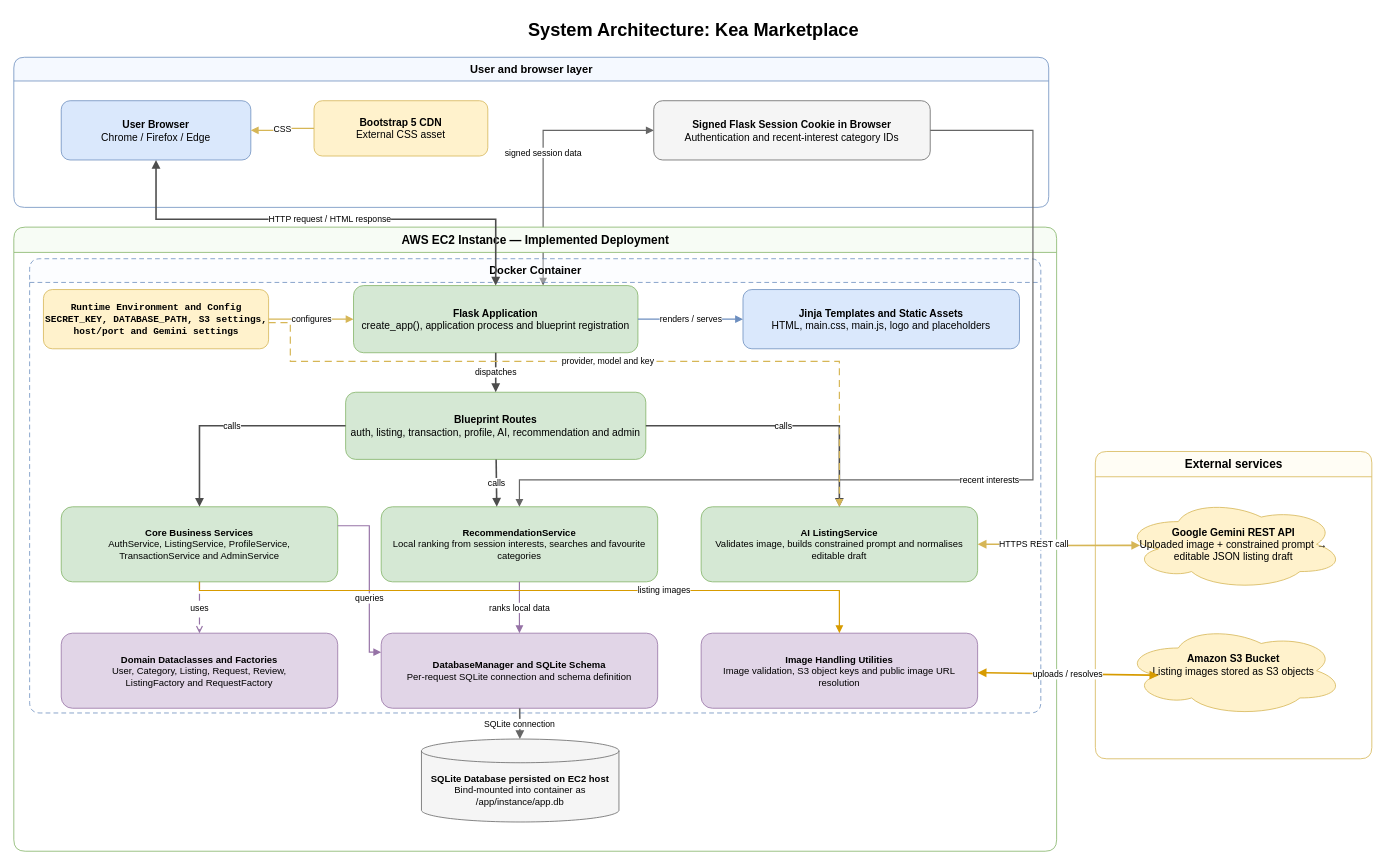
Earlier version of the draw.io diagram diagram/system_architecture.drawio (aimeefan99/MSE800-KEA-OnlineShopping). Source tidied: cells renumbered, new cells numbered last; positions are measured from the earlier drawing's top-left corner, leaving out a move shared by most shapes. Both pictures are drawn from the tidied source at 79%, with x=0, y=0 at pixel (13, 13).
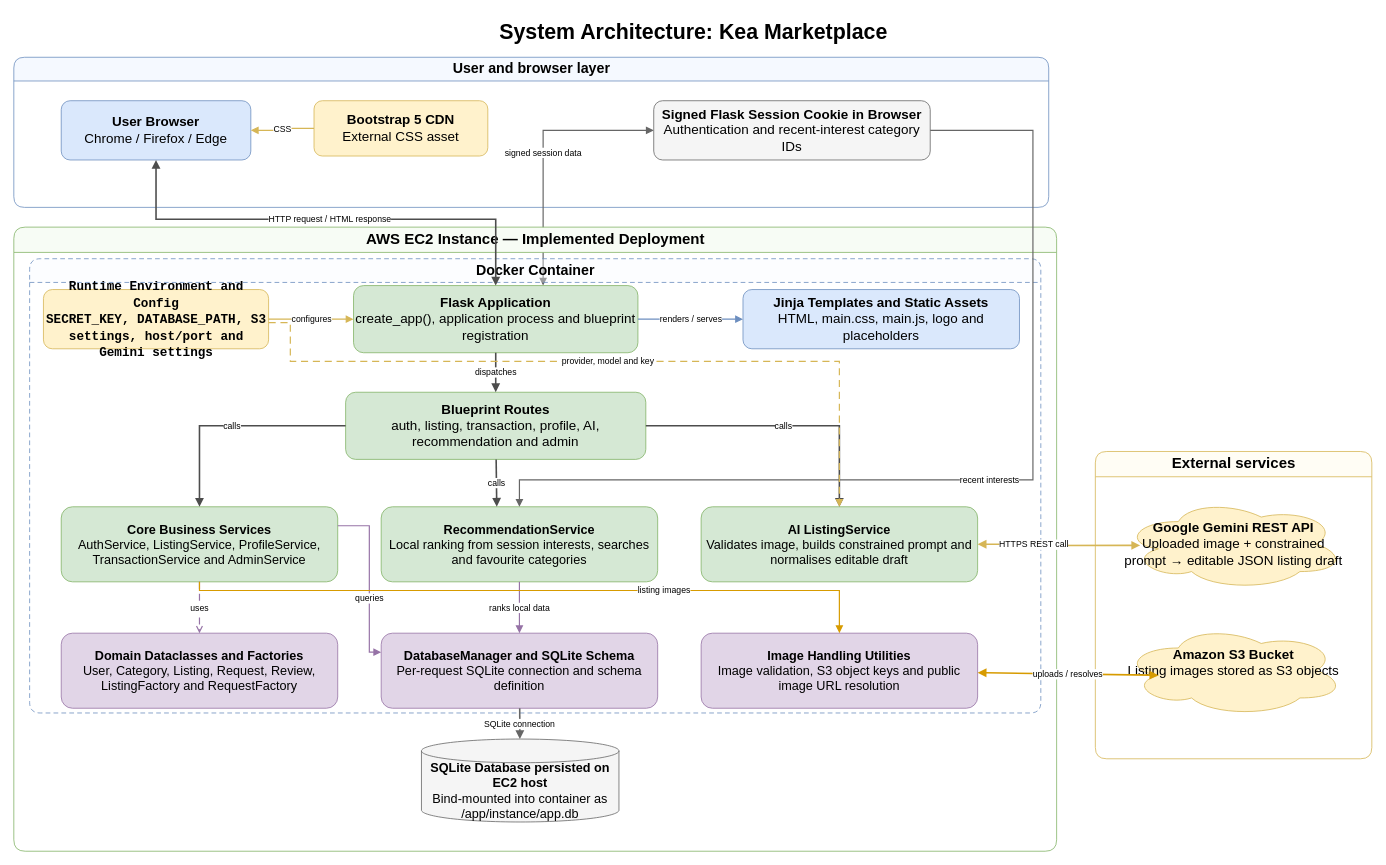
The same page after the edit.

Diff of the diagram source:
```diff
@@
-    <mxCell id="2" value="System Architecture: Kea Marketplace" style="text;html=1;strokeColor=none;fillColor=none;fontSize=23;fontStyle=1;align=center;" parent="1" vertex="1">
+    <mxCell id="2" value="System Architecture: Kea Marketplace" style="text;html=1;strokeColor=none;fillColor=none;fontSize=27;fontStyle=1;align=center;" parent="1" vertex="1">
       <mxGeometry x="435" width="850" height="40" as="geometry" />
     </mxCell>
-    <mxCell id="3" value="User and browser layer" style="swimlane;html=1;horizontal=1;startSize=30;rounded=1;strokeColor=#6C8EBF;fillColor=#F5F9FF;fontStyle=1;fontSize=14;" parent="1" vertex="1">
+    <mxCell id="3" value="User and browser layer" style="swimlane;html=1;horizontal=1;startSize=30;rounded=1;strokeColor=#6C8EBF;fillColor=#F5F9FF;fontStyle=1;fontSize=18;" parent="1" vertex="1">
       <mxGeometry y="55" width="1310" height="190" as="geometry" />
     </mxCell>
@@
-    <mxCell id="5" value="User Browser&lt;br/&gt;&lt;span style=&quot;font-weight:normal&quot;&gt;Chrome / Firefox / Edge&lt;/span&gt;" style="rounded=1;whiteSpace=wrap;html=1;fillColor=#DAE8FC;strokeColor=#6C8EBF;fontSize=13;fontStyle=1;" parent="1" vertex="1">
+    <mxCell id="5" value="User Browser&lt;br/&gt;&lt;span style=&quot;font-weight:normal&quot;&gt;Chrome / Firefox / Edge&lt;/span&gt;" style="rounded=1;whiteSpace=wrap;html=1;fillColor=#DAE8FC;strokeColor=#6C8EBF;fontSize=17;fontStyle=1;" parent="1" vertex="1">
       <mxGeometry x="60" y="110" width="240" height="75" as="geometry" />
     </mxCell>
-    <mxCell id="6" value="Bootstrap 5 CDN&lt;br/&gt;&lt;span style=&quot;font-weight:normal&quot;&gt;External CSS asset&lt;/span&gt;" style="rounded=1;whiteSpace=wrap;html=1;fillColor=#FFF2CC;strokeColor=#D6B656;fontSize=13;fontStyle=1;" parent="1" vertex="1">
+    <mxCell id="6" value="Bootstrap 5 CDN&lt;br/&gt;&lt;span style=&quot;font-weight:normal&quot;&gt;External CSS asset&lt;/span&gt;" style="rounded=1;whiteSpace=wrap;html=1;fillColor=#FFF2CC;strokeColor=#D6B656;fontSize=17;fontStyle=1;" parent="1" vertex="1">
       <mxGeometry x="380" y="110" width="220" height="70" as="geometry" />
     </mxCell>
-    <mxCell id="7" value="Signed Flask Session Cookie in Browser&lt;br/&gt;&lt;span style=&quot;font-weight:normal&quot;&gt;Authentication and recent-interest category IDs&lt;/span&gt;" style="rounded=1;whiteSpace=wrap;html=1;fillColor=#F5F5F5;strokeColor=#666666;fontSize=13;fontStyle=1;" parent="1" vertex="1">
+    <mxCell id="7" value="Signed Flask Session Cookie in Browser&lt;br/&gt;&lt;span style=&quot;font-weight:normal&quot;&gt;Authentication and recent-interest category IDs&lt;/span&gt;" style="rounded=1;whiteSpace=wrap;html=1;fillColor=#F5F5F5;strokeColor=#666666;fontSize=17;fontStyle=1;" parent="1" vertex="1">
       <mxGeometry x="810" y="110" width="350" height="75" as="geometry" />
     </mxCell>
-    <mxCell id="8" value="AWS EC2 Instance — Implemented Deployment" style="swimlane;html=1;horizontal=1;startSize=32;rounded=1;strokeColor=#82B366;fillColor=#F7FCF5;fontStyle=1;fontSize=15;" parent="1" vertex="1">
+    <mxCell id="8" value="AWS EC2 Instance — Implemented Deployment" style="swimlane;html=1;horizontal=1;startSize=32;rounded=1;strokeColor=#82B366;fillColor=#F7FCF5;fontStyle=1;fontSize=19;" parent="1" vertex="1">
       <mxGeometry y="270" width="1320" height="790" as="geometry" />
     </mxCell>
-    <mxCell id="9" value="Docker Container" style="swimlane;html=1;horizontal=1;startSize=30;rounded=1;strokeColor=#6C8EBF;fillColor=#F5F9FF;fillOpacity=35;fontStyle=1;fontSize=14;dashed=1;dashPattern=6 4;" parent="1" vertex="1">
+    <mxCell id="9" value="Docker Container" style="swimlane;html=1;horizontal=1;startSize=30;rounded=1;strokeColor=#6C8EBF;fillColor=#F5F9FF;fillOpacity=35;fontStyle=1;fontSize=18;dashed=1;dashPattern=6 4;" parent="1" vertex="1">
       <mxGeometry x="20" y="310" width="1280" height="575" as="geometry" />
     </mxCell>
-    <mxCell id="10" value="&lt;code&gt;Runtime Environment and Config&lt;/code&gt;&lt;br&gt;&lt;code&gt;SECRET_KEY, DATABASE_PATH, S3 settings, host/port and Gemini settings&lt;/code&gt;" style="rounded=1;whiteSpace=wrap;html=1;fillColor=#FFF2CC;strokeColor=#D6B656;fontSize=12;fontStyle=1;" parent="9" vertex="1">
+    <mxCell id="10" value="&lt;code&gt;Runtime Environment and Config&lt;/code&gt;&lt;br&gt;&lt;code&gt;SECRET_KEY, DATABASE_PATH, S3 settings, host/port and Gemini settings&lt;/code&gt;" style="rounded=1;whiteSpace=wrap;html=1;fillColor=#FFF2CC;strokeColor=#D6B656;fontSize=16;fontStyle=1;" parent="9" vertex="1">
       <mxGeometry x="17.5" y="39" width="285" height="75" as="geometry" />
     </mxCell>
-    <mxCell id="11" value="Flask Application&lt;br/&gt;&lt;span style=&quot;font-weight:normal&quot;&gt;create_app(), application process and blueprint registration&lt;/span&gt;" style="rounded=1;whiteSpace=wrap;html=1;fillColor=#D5E8D4;strokeColor=#82B366;fontSize=13;fontStyle=1;" parent="1" vertex="1">
+    <mxCell id="11" value="Flask Application&lt;br/&gt;&lt;span style=&quot;font-weight:normal&quot;&gt;create_app(), application process and blueprint registration&lt;/span&gt;" style="rounded=1;whiteSpace=wrap;html=1;fillColor=#D5E8D4;strokeColor=#82B366;fontSize=17;fontStyle=1;" parent="1" vertex="1">
       <mxGeometry x="430" y="344" width="360" height="85" as="geometry" />
     </mxCell>
-    <mxCell id="12" value="Jinja Templates and Static Assets&lt;br/&gt;&lt;span style=&quot;font-weight:normal&quot;&gt;HTML, main.css, main.js, logo and placeholders&lt;/span&gt;" style="rounded=1;whiteSpace=wrap;html=1;fillColor=#DAE8FC;strokeColor=#6C8EBF;fontSize=13;fontStyle=1;" parent="1" vertex="1">
+    <mxCell id="12" value="Jinja Templates and Static Assets&lt;br/&gt;&lt;span style=&quot;font-weight:normal&quot;&gt;HTML, main.css, main.js, logo and placeholders&lt;/span&gt;" style="rounded=1;whiteSpace=wrap;html=1;fillColor=#DAE8FC;strokeColor=#6C8EBF;fontSize=17;fontStyle=1;" parent="1" vertex="1">
       <mxGeometry x="923" y="349" width="350" height="75" as="geometry" />
     </mxCell>
-    <mxCell id="13" value="Blueprint Routes&lt;br/&gt;&lt;span style=&quot;font-weight:normal&quot;&gt;auth, listing, transaction, profile, AI, recommendation and admin&lt;/span&gt;" style="rounded=1;whiteSpace=wrap;html=1;fillColor=#D5E8D4;strokeColor=#82B366;fontSize=13;fontStyle=1;" parent="1" vertex="1">
+    <mxCell id="13" value="Blueprint Routes&lt;br/&gt;&lt;span style=&quot;font-weight:normal&quot;&gt;auth, listing, transaction, profile, AI, recommendation and admin&lt;/span&gt;" style="rounded=1;whiteSpace=wrap;html=1;fillColor=#D5E8D4;strokeColor=#82B366;fontSize=17;fontStyle=1;" parent="1" vertex="1">
       <mxGeometry x="420" y="479" width="380" height="85" as="geometry" />
     </mxCell>
-    <mxCell id="14" value="Core Business Services&lt;br/&gt;&lt;span style=&quot;font-weight:normal&quot;&gt;AuthService, ListingService, ProfileService,&lt;br/&gt;TransactionService and AdminService&lt;/span&gt;" style="rounded=1;whiteSpace=wrap;html=1;fillColor=#D5E8D4;strokeColor=#82B366;fontSize=12;fontStyle=1;" parent="1" vertex="1">
+    <mxCell id="14" value="Core Business Services&lt;br/&gt;&lt;span style=&quot;font-weight:normal&quot;&gt;AuthService, ListingService, ProfileService,&lt;br/&gt;TransactionService and AdminService&lt;/span&gt;" style="rounded=1;whiteSpace=wrap;html=1;fillColor=#D5E8D4;strokeColor=#82B366;fontSize=16;fontStyle=1;" parent="1" vertex="1">
       <mxGeometry x="60" y="624" width="350" height="95" as="geometry" />
     </mxCell>
-    <mxCell id="15" value="RecommendationService&lt;br/&gt;&lt;span style=&quot;font-weight:normal&quot;&gt;Local ranking from session interests, searches and favourite categories&lt;/span&gt;" style="rounded=1;whiteSpace=wrap;html=1;fillColor=#D5E8D4;strokeColor=#82B366;fontSize=12;fontStyle=1;" parent="1" vertex="1">
+    <mxCell id="15" value="RecommendationService&lt;br/&gt;&lt;span style=&quot;font-weight:normal&quot;&gt;Local ranking from session interests, searches and favourite categories&lt;/span&gt;" style="rounded=1;whiteSpace=wrap;html=1;fillColor=#D5E8D4;strokeColor=#82B366;fontSize=16;fontStyle=1;" parent="1" vertex="1">
       <mxGeometry x="465" y="624" width="350" height="95" as="geometry" />
     </mxCell>
-    <mxCell id="16" value="AI ListingService&lt;br&gt;&lt;span style=&quot;font-weight:normal&quot;&gt;Validates image, builds constrained prompt and normalises editable draft&lt;/span&gt;" style="rounded=1;whiteSpace=wrap;html=1;fillColor=#D5E8D4;strokeColor=#82B366;fontSize=12;fontStyle=1;" parent="1" vertex="1">
+    <mxCell id="16" value="AI ListingService&lt;br&gt;&lt;span style=&quot;font-weight:normal&quot;&gt;Validates image, builds constrained prompt and normalises editable draft&lt;/span&gt;" style="rounded=1;whiteSpace=wrap;html=1;fillColor=#D5E8D4;strokeColor=#82B366;fontSize=16;fontStyle=1;" parent="1" vertex="1">
       <mxGeometry x="870" y="624" width="350" height="95" as="geometry" />
     </mxCell>
-    <mxCell id="17" value="Domain Dataclasses and Factories&lt;br/&gt;&lt;span style=&quot;font-weight:normal&quot;&gt;User, Category, Listing, Request, Review,&lt;br/&gt;ListingFactory and RequestFactory&lt;/span&gt;" style="rounded=1;whiteSpace=wrap;html=1;fillColor=#E1D5E7;strokeColor=#9673A6;fontSize=12;fontStyle=1;" parent="1" vertex="1">
+    <mxCell id="17" value="Domain Dataclasses and Factories&lt;br/&gt;&lt;span style=&quot;font-weight:normal&quot;&gt;User, Category, Listing, Request, Review,&lt;br/&gt;ListingFactory and RequestFactory&lt;/span&gt;" style="rounded=1;whiteSpace=wrap;html=1;fillColor=#E1D5E7;strokeColor=#9673A6;fontSize=16;fontStyle=1;" parent="1" vertex="1">
       <mxGeometry x="60" y="784" width="350" height="95" as="geometry" />
     </mxCell>
-    <mxCell id="18" value="DatabaseManager and SQLite Schema&lt;br/&gt;&lt;span style=&quot;font-weight:normal&quot;&gt;Per-request SQLite connection and schema definition&lt;/span&gt;" style="rounded=1;whiteSpace=wrap;html=1;fillColor=#E1D5E7;strokeColor=#9673A6;fontSize=12;fontStyle=1;" parent="1" vertex="1">
+    <mxCell id="18" value="DatabaseManager and SQLite Schema&lt;br/&gt;&lt;span style=&quot;font-weight:normal&quot;&gt;Per-request SQLite connection and schema definition&lt;/span&gt;" style="rounded=1;whiteSpace=wrap;html=1;fillColor=#E1D5E7;strokeColor=#9673A6;fontSize=16;fontStyle=1;" parent="1" vertex="1">
       <mxGeometry x="465" y="784" width="350" height="95" as="geometry" />
     </mxCell>
-    <mxCell id="19" value="Image Handling Utilities&lt;br/&gt;&lt;span style=&quot;font-weight:normal&quot;&gt;Image validation, S3 object keys and public image URL resolution&lt;/span&gt;" style="rounded=1;whiteSpace=wrap;html=1;fillColor=#E1D5E7;strokeColor=#9673A6;fontSize=12;fontStyle=1;" parent="1" vertex="1">
+    <mxCell id="19" value="Image Handling Utilities&lt;br/&gt;&lt;span style=&quot;font-weight:normal&quot;&gt;Image validation, S3 object keys and public image URL resolution&lt;/span&gt;" style="rounded=1;whiteSpace=wrap;html=1;fillColor=#E1D5E7;strokeColor=#9673A6;fontSize=16;fontStyle=1;" parent="1" vertex="1">
       <mxGeometry x="870" y="784" width="350" height="95" as="geometry" />
     </mxCell>
-    <mxCell id="20" value="SQLite Database persisted on EC2 host&lt;br/&gt;&lt;span style=&quot;font-weight:normal&quot;&gt;Bind-mounted into container as /app/instance/app.db&lt;/span&gt;" style="shape=cylinder3;whiteSpace=wrap;html=1;boundedLbl=1;backgroundOutline=1;size=15;fillColor=#F5F5F5;strokeColor=#666666;fontSize=12;fontStyle=1;" parent="1" vertex="1">
+    <mxCell id="20" value="SQLite Database persisted on EC2 host&lt;br/&gt;&lt;span style=&quot;font-weight:normal&quot;&gt;Bind-mounted into container as /app/instance/app.db&lt;/span&gt;" style="shape=cylinder3;whiteSpace=wrap;html=1;boundedLbl=1;backgroundOutline=1;size=15;fillColor=#F5F5F5;strokeColor=#666666;fontSize=16;fontStyle=1;" parent="1" vertex="1">
       <mxGeometry x="516" y="918" width="250" height="105" as="geometry" />
     </mxCell>
-    <mxCell id="21" value="External services" style="swimlane;html=1;horizontal=1;startSize=32;rounded=1;strokeColor=#D6B656;fillColor=#FFFDF5;fontStyle=1;fontSize=15;" parent="1" vertex="1">
+    <mxCell id="21" value="External services" style="swimlane;html=1;horizontal=1;startSize=32;rounded=1;strokeColor=#D6B656;fillColor=#FFFDF5;fontStyle=1;fontSize=19;" parent="1" vertex="1">
       <mxGeometry x="1369" y="554" width="350" height="389" as="geometry" />
     </mxCell>
-    <mxCell id="22" value="Amazon S3 Bucket&lt;br&gt;&lt;span style=&quot;font-weight:normal&quot;&gt;Listing images stored as S3 objects&lt;/span&gt;&lt;div&gt;&lt;br/&gt;&lt;/div&gt;" style="shape=cloud;whiteSpace=wrap;html=1;fillColor=#FFF2CC;strokeColor=#D6B656;fontSize=13;fontStyle=1;" parent="21" vertex="1">
+    <mxCell id="22" value="Amazon S3 Bucket&lt;br&gt;&lt;span style=&quot;font-weight:normal&quot;&gt;Listing images stored as S3 objects&lt;/span&gt;&lt;div&gt;&lt;br/&gt;&lt;/div&gt;" style="shape=cloud;whiteSpace=wrap;html=1;fillColor=#FFF2CC;strokeColor=#D6B656;fontSize=17;fontStyle=1;" parent="21" vertex="1">
       <mxGeometry x="35" y="220" width="280" height="115" as="geometry" />
     </mxCell>
-    <mxCell id="23" value="Google Gemini REST API&lt;br&gt;&lt;span style=&quot;font-weight: normal;&quot;&gt;Uploaded image + constrained prompt → editable JSON listing draft&lt;/span&gt;" style="shape=cloud;whiteSpace=wrap;html=1;fillColor=#FFF2CC;strokeColor=#D6B656;fontSize=13;fontStyle=1;" parent="21" vertex="1">
+    <mxCell id="23" value="Google Gemini REST API&lt;br&gt;&lt;span style=&quot;font-weight: normal;&quot;&gt;Uploaded image + constrained prompt → editable JSON listing draft&lt;/span&gt;" style="shape=cloud;whiteSpace=wrap;html=1;fillColor=#FFF2CC;strokeColor=#D6B656;fontSize=17;fontStyle=1;" parent="21" vertex="1">
       <mxGeometry x="35" y="60" width="280" height="115" as="geometry" />
     </mxCell>
```
